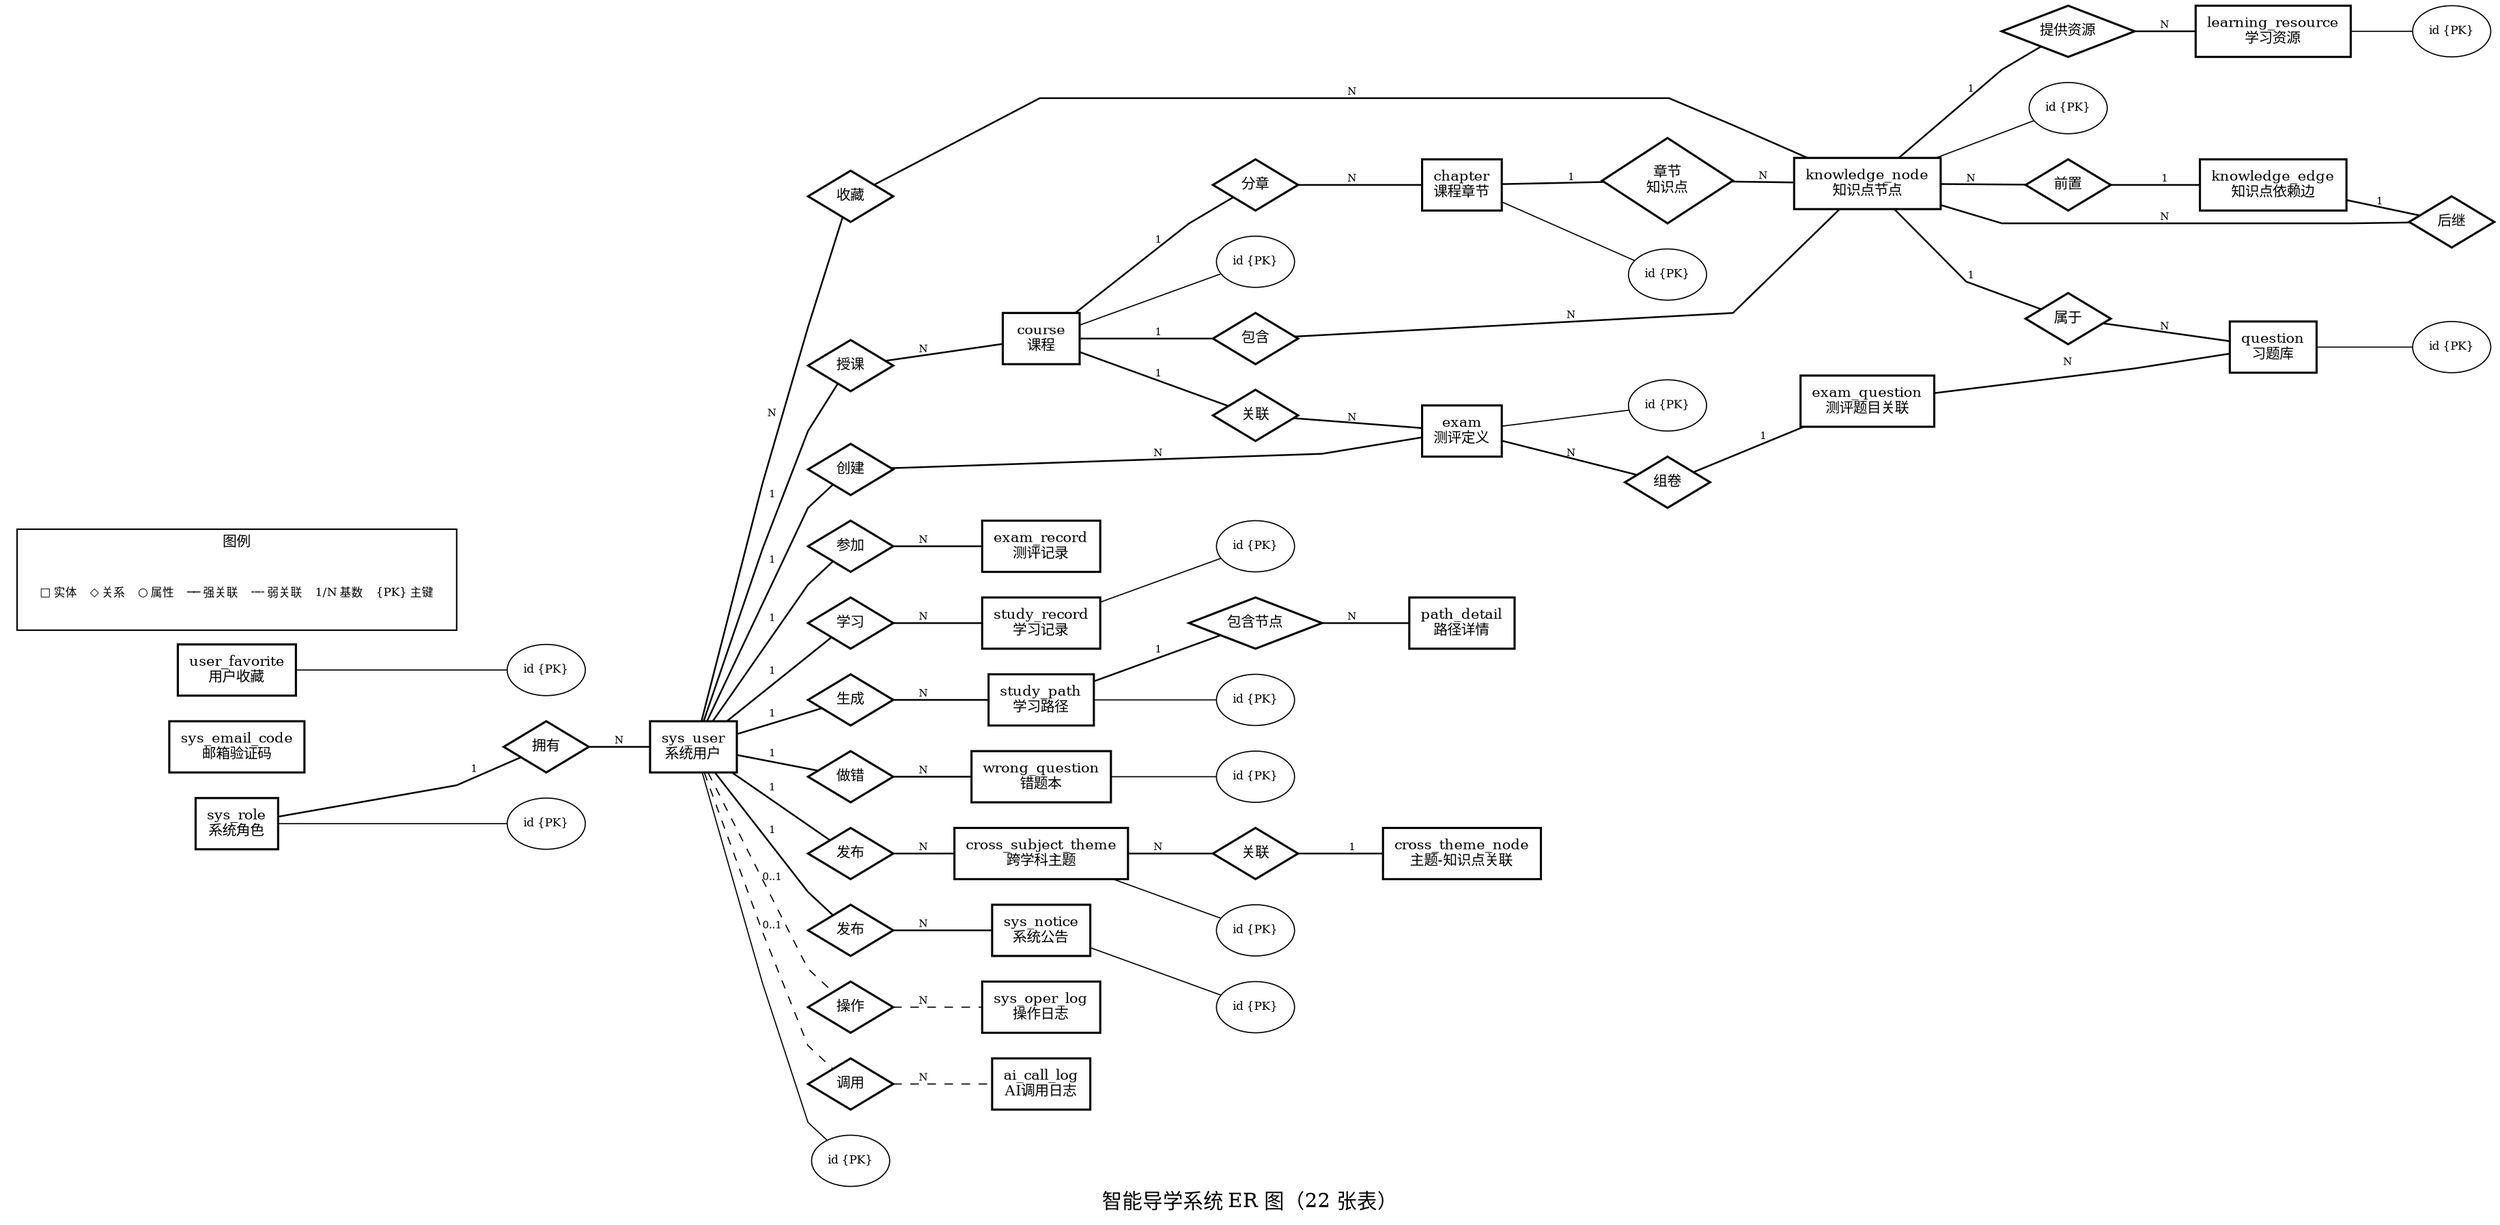
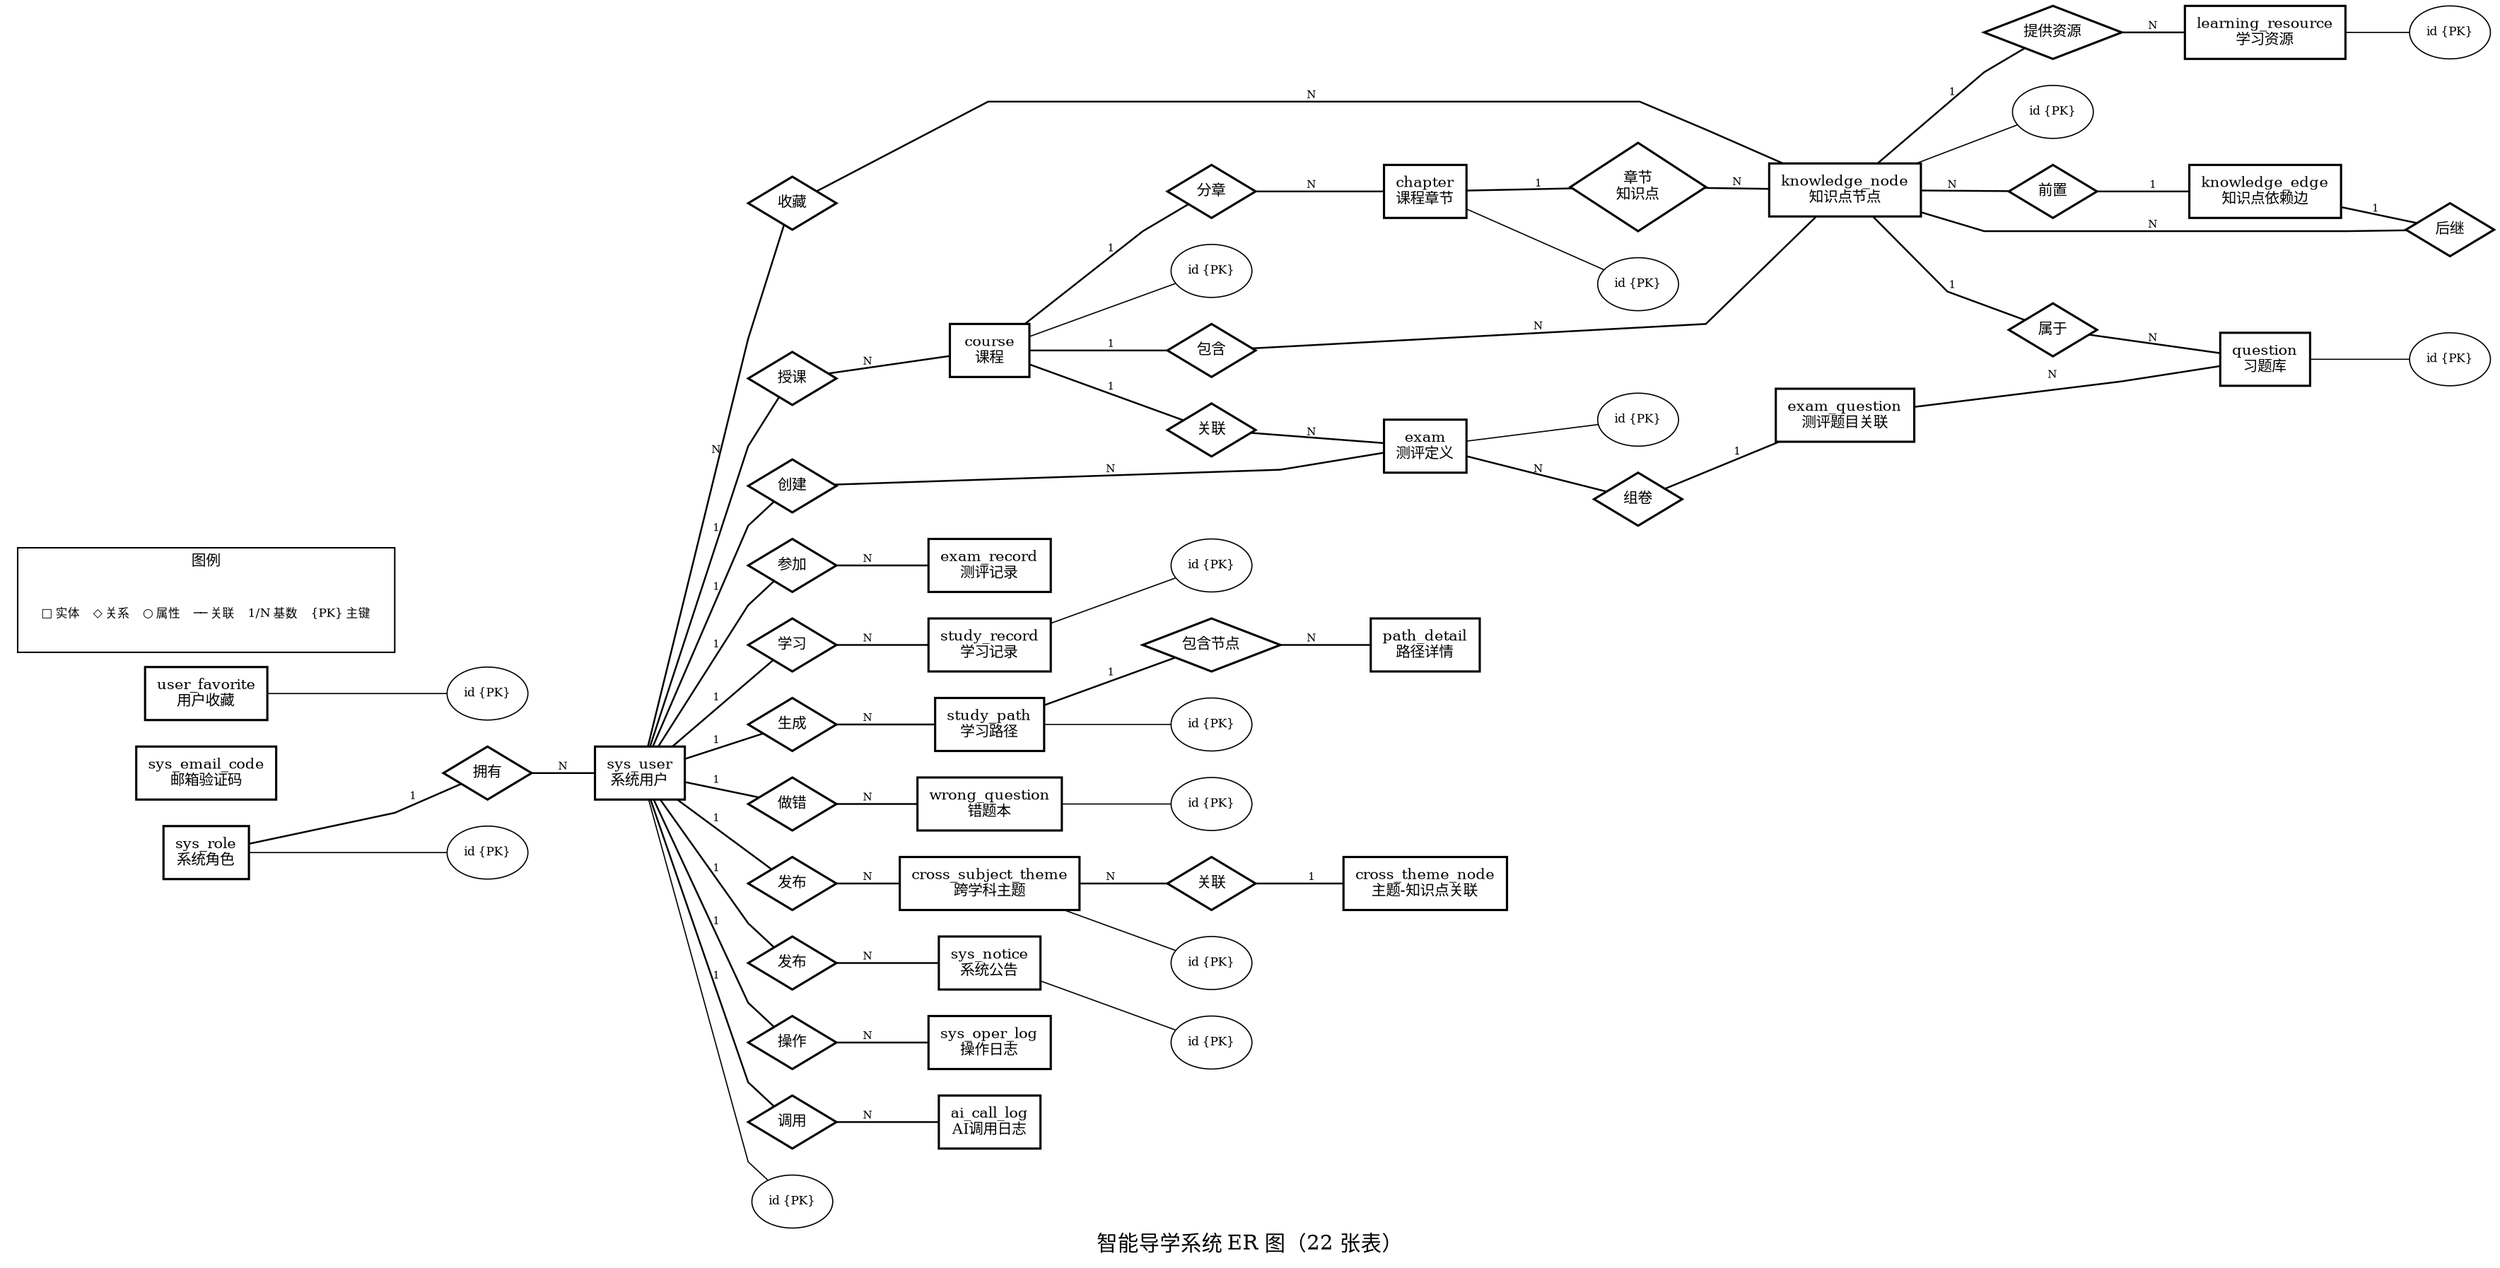
/*
 * KG 智能导学系统 — ER 图 (Chen 记法 · 22 张表)
 */
digraph ER_Chen {
    rankdir=LR;
    splines=polyline;
    fontname="Times-Roman";
    fontsize=14;
    label="智能导学系统 ER 图（22 张表）";
    bgcolor="white";

    node [fontname="Times-Roman", fontsize=10, color=black, fontcolor=black];
    edge [fontname="Times-Roman", fontsize=8, color=black, fontcolor=black];

    /* ====== 实体 ====== */
    node [shape=box, style=solid, color=black, penwidth=1.5, fillcolor=none];

    sys_role     [label="sys_role\n系统角色"];
    sys_user     [label="sys_user\n系统用户"];
    sys_email    [label="sys_email_code\n邮箱验证码"];
    course       [label="course\n课程"];
    chapter      [label="chapter\n课程章节"];
    knode        [label="knowledge_node\n知识点节点"];
    kedge        [label="knowledge_edge\n知识点依赖边"];
    question     [label="question\n习题库"];
    exam         [label="exam\n测评定义"];
    exam_q       [label="exam_question\n测评题目关联"];
    exam_record  [label="exam_record\n测评记录"];
    study_record [label="study_record\n学习记录"];
    study_path   [label="study_path\n学习路径"];
    path_detail  [label="path_detail\n路径详情"];
    wrong_q      [label="wrong_question\n错题本"];
    theme        [label="cross_subject_theme\n跨学科主题"];
    theme_node   [label="cross_theme_node\n主题-知识点关联"];
    sys_notice   [label="sys_notice\n系统公告"];
    sys_log      [label="sys_oper_log\n操作日志"];
    ai_log       [label="ai_call_log\nAI调用日志"];
    learn_res    [label="learning_resource\n学习资源"];
    user_fav     [label="user_favorite\n用户收藏"];

    /* ====== 关系 ====== */
    node [shape=diamond, style=solid, color=black, penwidth=1.5, fillcolor=none];

    R_has_user     [label="拥有"];
    R_teaches      [label="授课"];
    R_has_chapter  [label="分章"];
    R_contains     [label="包含"];
    R_chapter_knode[label="章节\n知识点"];
    R_prereq       [label="前置"];
    R_leads_to     [label="后继"];
    R_belongs      [label="属于"];
    R_creates      [label="创建"];
    R_exam_course  [label="关联"];
    R_links        [label="组卷"];
    R_takes        [label="参加"];
    R_studies      [label="学习"];
    R_generates    [label="生成"];
    R_details      [label="包含节点"];
    R_wrong        [label="做错"];
    R_publishes    [label="发布"];
    R_theme_node   [label="关联"];
    R_notifies     [label="发布"];
    R_operates     [label="操作"];
    R_calls        [label="调用"];
    R_resources    [label="提供资源"];
    R_favorites    [label="收藏"];

    /* ====== 属性 ====== */
    node [shape=ellipse, style=solid, color=black, penwidth=0.8, fillcolor=none, fontsize=8];

    A_role_id    [label="id {PK}"];     A_user_id    [label="id {PK}"];
    A_course_id  [label="id {PK}"];     A_chapter_id [label="id {PK}"];
    A_node_id    [label="id {PK}"];     A_q_id       [label="id {PK}"];
    A_exam_id    [label="id {PK}"];     A_sr_id      [label="id {PK}"];
    A_sp_id      [label="id {PK}"];     A_wq_id      [label="id {PK}"];
    A_theme_id   [label="id {PK}"];     A_notice_id  [label="id {PK}"];
    A_lr_id      [label="id {PK}"];     A_fav_id     [label="id {PK}"];

    /* ====== 属性连线 ====== */
    edge [color=black, penwidth=0.8, arrowhead=none];
    sys_role -> A_role_id;   sys_user -> A_user_id;
    course -> A_course_id;   chapter -> A_chapter_id;
    knode -> A_node_id;      question -> A_q_id;
    exam -> A_exam_id;       study_record -> A_sr_id;
    study_path -> A_sp_id;   wrong_q -> A_wq_id;
    theme -> A_theme_id;     sys_notice -> A_notice_id;
    learn_res -> A_lr_id;    user_fav -> A_fav_id;

    /* ====== 关系连线 ====== */
    edge [color=black, penwidth=1.2, arrowhead=none, fontsize=7, style=solid];

    /* 用户与角色 */
    sys_role -> R_has_user [label="1"];   R_has_user -> sys_user [label="N"];

    /* 课程体系：教师 → 课程 → 章节 → 知识点 */
    sys_user -> R_teaches [label="1"];    R_teaches -> course [label="N"];
    course -> R_has_chapter [label="1"];  R_has_chapter -> chapter [label="N"];
    course -> R_contains [label="1"];     R_contains -> knode [label="N"];
    chapter -> R_chapter_knode [label="1"]; R_chapter_knode -> knode [label="N"];

    /* 知识点依赖 */
    knode -> R_prereq [label="N"];        R_prereq -> kedge [label="1"];
    kedge -> R_leads_to [label="1"];      R_leads_to -> knode [label="N"];

    /* 题库与学习资源 */
    knode -> R_belongs [label="1"];       R_belongs -> question [label="N"];
    knode -> R_resources [label="1"];     R_resources -> learn_res [label="N"];

    /* 测评体系 */
    sys_user -> R_creates [label="1"];    R_creates -> exam [label="N"];
    course -> R_exam_course [label="1"];  R_exam_course -> exam [label="N"];
    exam -> R_links [label="N"];          R_links -> exam_q [label="1"];
    exam_q -> question [label="N"];

    /* 学习过程 */
    sys_user -> R_takes [label="1"];      R_takes -> exam_record [label="N"];
    sys_user -> R_studies [label="1"];    R_studies -> study_record [label="N"];
    sys_user -> R_generates [label="1"];  R_generates -> study_path [label="N"];
    study_path -> R_details [label="1"];  R_details -> path_detail [label="N"];
    sys_user -> R_wrong [label="1"];      R_wrong -> wrong_q [label="N"];

    /* 跨学科主题 */
    sys_user -> R_publishes [label="1"];  R_publishes -> theme [label="N"];
    theme -> R_theme_node [label="N"];    R_theme_node -> theme_node [label="1"];

    /* 公告与收藏 */
    sys_user -> R_notifies [label="1"];   R_notifies -> sys_notice [label="N"];
    sys_user -> R_favorites [label="N"];  R_favorites -> knode [label="N"];

-     /* 弱关联 */
-     edge [color=black, penwidth=0.8, style=dashed];
-     sys_user -> R_operates [label="0..1"];
-     R_operates -> sys_log [label="N"];
-     R_operates [style="dashed,solid"];
-     sys_user -> R_calls [label="0..1"];
-     R_calls -> ai_log [label="N"];
-     R_calls [style="dashed,solid"];
+     /* 日志与审计 */
+     sys_user -> R_operates [label="1"];   R_operates -> sys_log [label="N"];
+     sys_user -> R_calls [label="1"];      R_calls -> ai_log [label="N"];

    /* 图例 */
    subgraph cluster_legend {
        label="图例"; fontsize=10;
        style=solid; color=black; bgcolor="white";
        node [shape=plaintext, fontsize=8];
-         l1 [label="□ 实体    ◇ 关系    ○ 属性    ── 强关联    ╌╌ 弱关联    1/N 基数    {PK} 主键"];
+         l1 [label="□ 实体    ◇ 关系    ○ 属性    ── 关联    1/N 基数    {PK} 主键"];
    }
}
